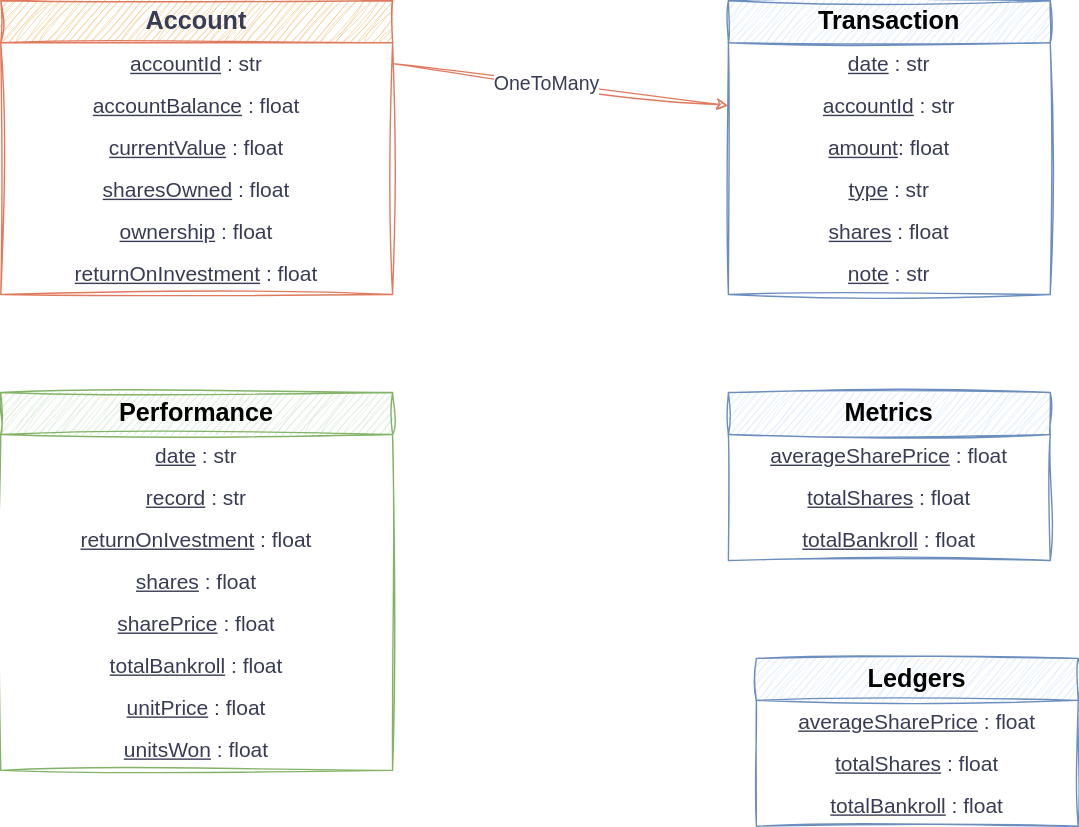
Earlier version of the draw.io export diagrams/Models.svg (bellanov/the-private-ledger). Source tidied: cells renumbered, new cells last; positions are measured from the earlier drawing's top-left corner, leaving out a move shared by most shapes.
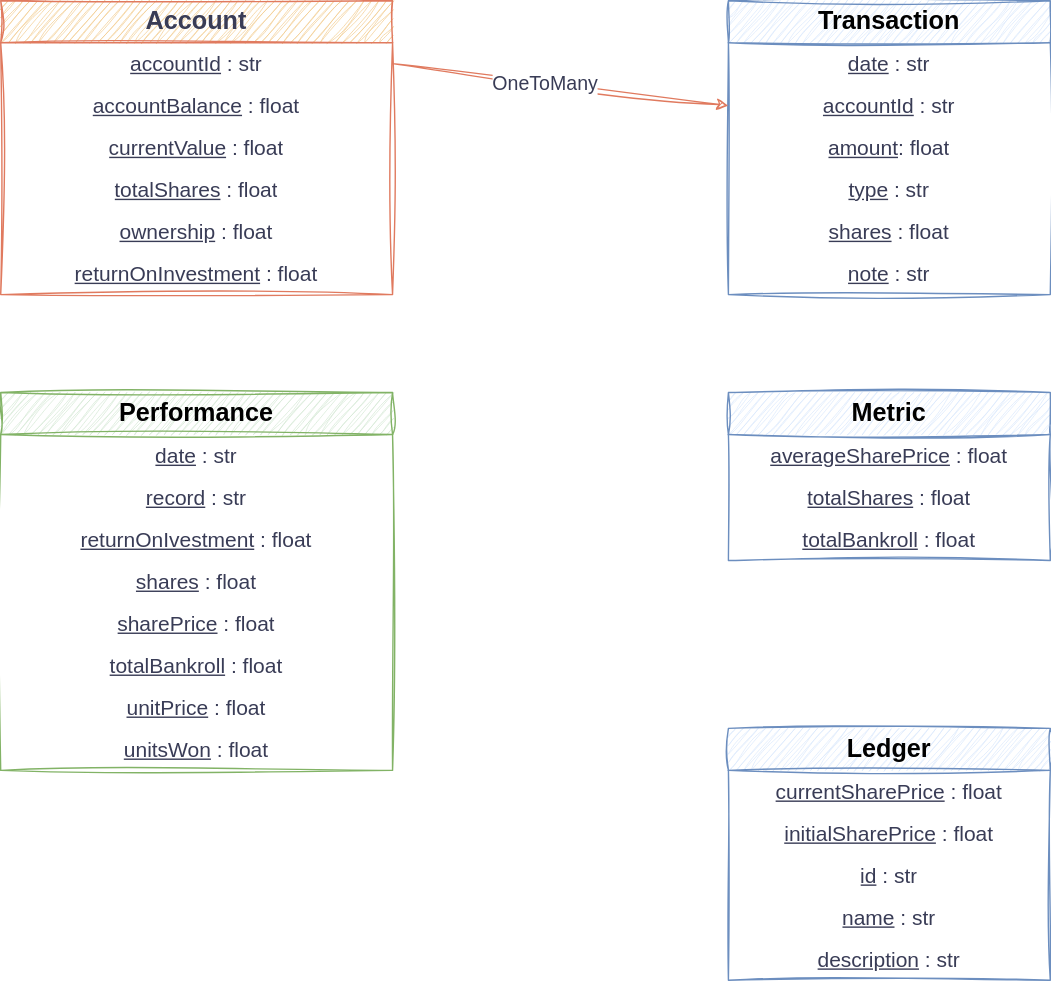
After the commit.

Change to the diagram source:
```diff
@@ -14,7 +14,7 @@
     <mxCell id="5" value="&lt;u&gt;currentValue&lt;/u&gt;&amp;nbsp;: float" style="text;strokeColor=none;fillColor=none;align=center;verticalAlign=middle;spacingLeft=4;spacingRight=4;overflow=hidden;whiteSpace=wrap;html=1;fontFamily=Helvetica;fontColor=#393C56;fontSize=15;" parent="2" vertex="1">
       <mxGeometry y="90" width="280" height="30" as="geometry" />
     </mxCell>
-    <mxCell id="6" value="&lt;u&gt;sharesOwned&lt;/u&gt; : float" style="text;strokeColor=none;fillColor=none;align=center;verticalAlign=middle;spacingLeft=4;spacingRight=4;overflow=hidden;whiteSpace=wrap;html=1;fontFamily=Helvetica;fontColor=#393C56;fontSize=15;" parent="2" vertex="1">
+    <mxCell id="6" value="&lt;u&gt;totalShares&lt;/u&gt; : float" style="text;strokeColor=none;fillColor=none;align=center;verticalAlign=middle;spacingLeft=4;spacingRight=4;overflow=hidden;whiteSpace=wrap;html=1;fontFamily=Helvetica;fontColor=#393C56;fontSize=15;" parent="2" vertex="1">
       <mxGeometry y="120" width="280" height="30" as="geometry" />
     </mxCell>
     <mxCell id="7" value="&lt;u&gt;ownership&lt;/u&gt; : float" style="text;strokeColor=none;fillColor=none;align=center;verticalAlign=middle;spacingLeft=4;spacingRight=4;overflow=hidden;whiteSpace=wrap;html=1;fontFamily=Helvetica;fontColor=#393C56;fontSize=15;" parent="2" vertex="1">
@@ -71,7 +71,7 @@
     <mxCell id="24" value="&lt;u&gt;note&lt;/u&gt; : str" style="text;strokeColor=none;fillColor=none;align=center;verticalAlign=middle;spacingLeft=4;spacingRight=4;overflow=hidden;whiteSpace=wrap;html=1;fontFamily=Helvetica;fontColor=#393C56;fontSize=15;" parent="18" vertex="1">
       <mxGeometry y="180" width="230" height="30" as="geometry" />
     </mxCell>
-    <mxCell id="25" value="Metrics" style="swimlane;fontStyle=1;horizontal=1;startSize=30;whiteSpace=wrap;html=1;sketch=1;hachureGap=4;jiggle=2;curveFitting=1;strokeColor=#6c8ebf;fontFamily=Helvetica;fillColor=#dae8fc;fontSize=18;" parent="1" vertex="1">
+    <mxCell id="25" value="Metric" style="swimlane;fontStyle=1;horizontal=1;startSize=30;whiteSpace=wrap;html=1;sketch=1;hachureGap=4;jiggle=2;curveFitting=1;strokeColor=#6c8ebf;fontFamily=Helvetica;fillColor=#dae8fc;fontSize=18;" parent="1" vertex="1">
       <mxGeometry x="520" y="280" width="230" height="120" as="geometry" />
     </mxCell>
     <mxCell id="26" value="&lt;u&gt;averageSharePrice&lt;/u&gt; : float" style="text;strokeColor=none;fillColor=none;align=center;verticalAlign=middle;spacingLeft=4;spacingRight=4;overflow=hidden;whiteSpace=wrap;html=1;fontFamily=Helvetica;fontColor=#393C56;fontSize=15;" parent="25" vertex="1">
@@ -89,17 +89,23 @@
     <mxCell id="30" value="OneToMany" style="edgeLabel;html=1;align=center;verticalAlign=middle;sketch=1;hachureGap=4;jiggle=2;curveFitting=1;strokeColor=#E07A5F;fontFamily=Helvetica;fontColor=#393C56;fillColor=#F2CC8F;fontSize=14;" parent="29" vertex="1">
       <mxGeometry x="-0.09" relative="1" as="geometry" />
     </mxCell>
-    <mxCell id="31" value="Ledgers" style="swimlane;fontStyle=1;horizontal=1;startSize=30;whiteSpace=wrap;html=1;sketch=1;hachureGap=4;jiggle=2;curveFitting=1;strokeColor=#6c8ebf;fontFamily=Helvetica;fillColor=#dae8fc;fontSize=18;" parent="1" vertex="1">
-      <mxGeometry x="540" y="470" width="230" height="120" as="geometry" />
+    <mxCell id="31" value="Ledger" style="swimlane;fontStyle=1;horizontal=1;startSize=30;whiteSpace=wrap;html=1;sketch=1;hachureGap=4;jiggle=2;curveFitting=1;strokeColor=#6c8ebf;fontFamily=Helvetica;fillColor=#dae8fc;fontSize=18;" parent="1" vertex="1">
+      <mxGeometry x="520" y="520" width="230" height="180" as="geometry" />
     </mxCell>
-    <mxCell id="32" value="&lt;u&gt;averageSharePrice&lt;/u&gt; : float" style="text;strokeColor=none;fillColor=none;align=center;verticalAlign=middle;spacingLeft=4;spacingRight=4;overflow=hidden;whiteSpace=wrap;html=1;fontFamily=Helvetica;fontColor=#393C56;fontSize=15;" parent="31" vertex="1">
+    <mxCell id="32" value="&lt;u&gt;currentSharePrice&lt;/u&gt; : float" style="text;strokeColor=none;fillColor=none;align=center;verticalAlign=middle;spacingLeft=4;spacingRight=4;overflow=hidden;whiteSpace=wrap;html=1;fontFamily=Helvetica;fontColor=#393C56;fontSize=15;" parent="31" vertex="1">
       <mxGeometry y="30" width="230" height="30" as="geometry" />
     </mxCell>
+    <mxCell id="35" value="&lt;u&gt;initialSharePrice&lt;/u&gt; : float" style="text;strokeColor=none;fillColor=none;align=center;verticalAlign=middle;spacingLeft=4;spacingRight=4;overflow=hidden;whiteSpace=wrap;html=1;fontFamily=Helvetica;fontColor=#393C56;fontSize=15;" parent="31" vertex="1">
+      <mxGeometry y="60" width="230" height="30" as="geometry" />
+    </mxCell>
-    <mxCell id="33" value="&lt;u&gt;totalShares&lt;/u&gt; : float" style="text;strokeColor=none;fillColor=none;align=center;verticalAlign=middle;spacingLeft=4;spacingRight=4;overflow=hidden;whiteSpace=wrap;html=1;fontFamily=Helvetica;fontColor=#393C56;fontSize=15;" parent="31" vertex="1">
-      <mxGeometry y="60" width="230" height="30" as="geometry" />
+    <mxCell id="33" value="&lt;u&gt;id&lt;/u&gt; : str" style="text;strokeColor=none;fillColor=none;align=center;verticalAlign=middle;spacingLeft=4;spacingRight=4;overflow=hidden;whiteSpace=wrap;html=1;fontFamily=Helvetica;fontColor=#393C56;fontSize=15;" parent="31" vertex="1">
+      <mxGeometry y="90" width="230" height="30" as="geometry" />
     </mxCell>
-    <mxCell id="34" value="&lt;u&gt;totalBankroll&lt;/u&gt; : float" style="text;strokeColor=none;fillColor=none;align=center;verticalAlign=middle;spacingLeft=4;spacingRight=4;overflow=hidden;whiteSpace=wrap;html=1;fontFamily=Helvetica;fontColor=#393C56;fontSize=15;" parent="31" vertex="1">
-      <mxGeometry y="90" width="230" height="30" as="geometry" />
+    <mxCell id="34" value="&lt;u&gt;name&lt;/u&gt; : str" style="text;strokeColor=none;fillColor=none;align=center;verticalAlign=middle;spacingLeft=4;spacingRight=4;overflow=hidden;whiteSpace=wrap;html=1;fontFamily=Helvetica;fontColor=#393C56;fontSize=15;" parent="31" vertex="1">
+      <mxGeometry y="120" width="230" height="30" as="geometry" />
     </mxCell>
+    <mxCell id="36" value="&lt;u&gt;description&lt;/u&gt; : str" style="text;strokeColor=none;fillColor=none;align=center;verticalAlign=middle;spacingLeft=4;spacingRight=4;overflow=hidden;whiteSpace=wrap;html=1;fontFamily=Helvetica;fontColor=#393C56;fontSize=15;" parent="31" vertex="1">
+      <mxGeometry y="150" width="230" height="30" as="geometry" />
+    </mxCell>
   </root>
 </mxGraphModel>
```
